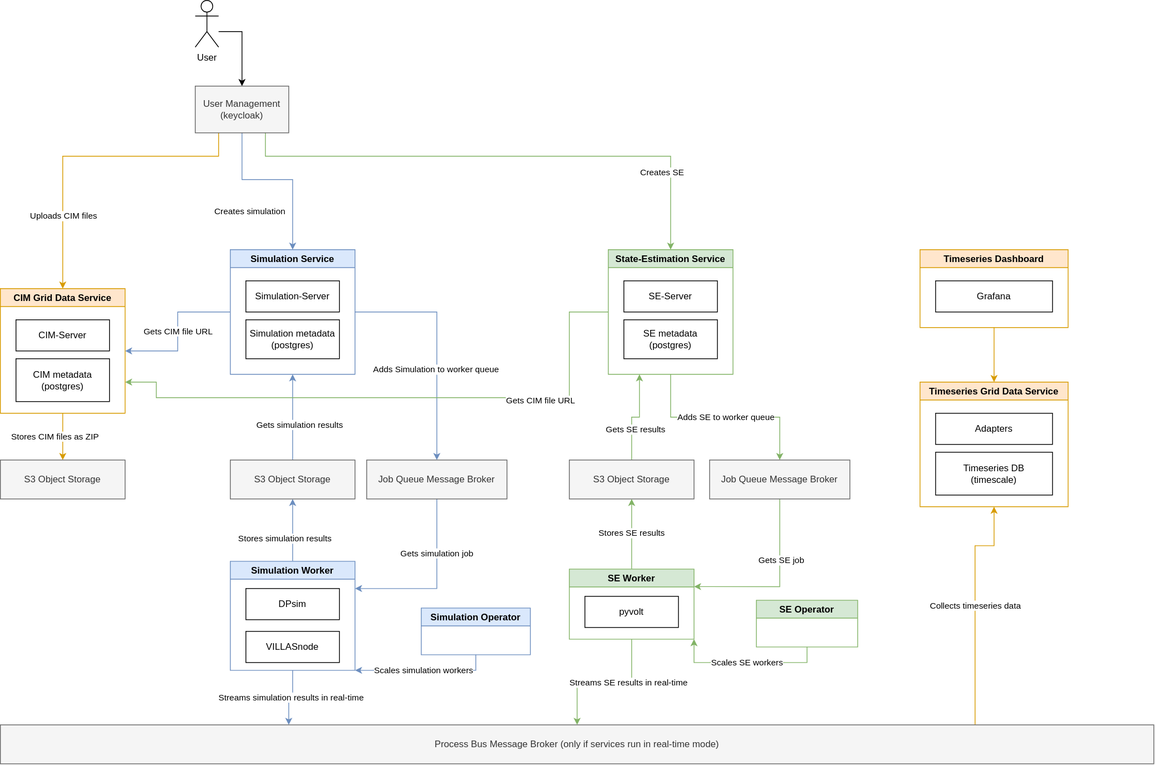
sogno-platform/sogno-platform.github.io keeps this draw.io diagram as static/service-dataflow.svg. Above is the earlier version. Source tidied: cells renumbered, new cells last; positions are measured from the earlier drawing's top-left corner, leaving out a move shared by most shapes.
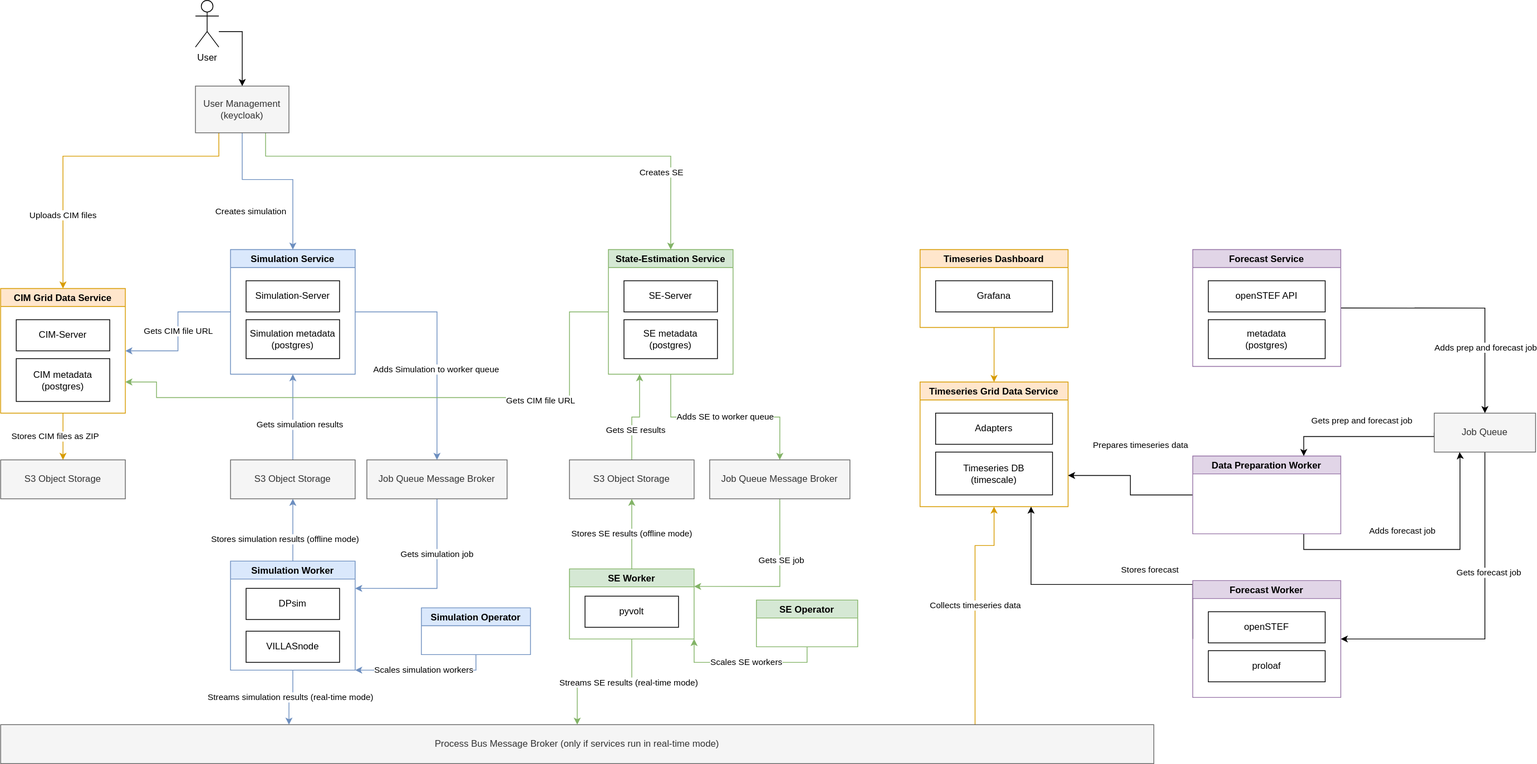
The same diagram one commit later.

Commit message:
dataflow: add forecasting

What changed in the source:
```diff
@@ -27,7 +27,7 @@
     <mxCell id="8" value="S3 Object Storage" style="rounded=0;whiteSpace=wrap;html=1;fillColor=#f5f5f5;fontColor=#333333;strokeColor=#666666;" parent="1" vertex="1">
       <mxGeometry y="590" width="160" height="50" as="geometry" />
     </mxCell>
-    <mxCell id="9" value="Stores simulation results" style="edgeStyle=orthogonalEdgeStyle;rounded=0;jettySize=auto;html=1;exitX=0.5;exitY=0;exitDx=0;exitDy=0;endArrow=classic;endFill=1;entryX=0.5;entryY=1;entryDx=0;entryDy=0;fillColor=#dae8fc;strokeColor=#6c8ebf;" parent="1" edge="1" source="27" target="46">
+    <mxCell id="9" value="Stores simulation results (offline mode)" style="edgeStyle=orthogonalEdgeStyle;rounded=0;jettySize=auto;html=1;exitX=0.5;exitY=0;exitDx=0;exitDy=0;endArrow=classic;endFill=1;entryX=0.5;entryY=1;entryDx=0;entryDy=0;fillColor=#dae8fc;strokeColor=#6c8ebf;" parent="1" edge="1" source="27" target="46">
       <mxGeometry x="-0.29" y="10" relative="1" as="geometry" />
     </mxCell>
     <mxCell id="10" value="Simulation Service" style="swimlane;fillColor=#dae8fc;strokeColor=#6c8ebf;" parent="1" vertex="1">
@@ -103,7 +103,7 @@
     <mxCell id="25" value="Adds Simulation to worker queue" style="edgeLabel;html=1;align=center;verticalAlign=middle;" parent="24" vertex="1">
       <mxGeometry x="0.21" y="-2" relative="1" as="geometry" />
     </mxCell>
-    <mxCell id="26" value="Streams simulation results in real-time" style="edgeStyle=orthogonalEdgeStyle;rounded=0;jettySize=auto;html=1;exitX=0.5;exitY=1;exitDx=0;exitDy=0;entryX=0.25;entryY=0;entryDx=0;entryDy=0;fillColor=#dae8fc;strokeColor=#6c8ebf;" parent="1" edge="1" source="27" target="33">
+    <mxCell id="26" value="Streams simulation results (real-time mode)" style="edgeStyle=orthogonalEdgeStyle;rounded=0;jettySize=auto;html=1;exitX=0.5;exitY=1;exitDx=0;exitDy=0;entryX=0.25;entryY=0;entryDx=0;entryDy=0;fillColor=#dae8fc;strokeColor=#6c8ebf;" parent="1" edge="1" source="27" target="33">
       <mxGeometry relative="1" as="geometry" />
     </mxCell>
     <mxCell id="27" value="Simulation Worker" style="swimlane;fillColor=#dae8fc;strokeColor=#6c8ebf;" parent="1" vertex="1">
@@ -205,10 +205,10 @@
     <mxCell id="53" style="edgeStyle=orthogonalEdgeStyle;rounded=0;jettySize=auto;html=1;exitX=0.5;exitY=1;exitDx=0;exitDy=0;entryX=0.5;entryY=0;entryDx=0;entryDy=0;endArrow=classic;endFill=1;fillColor=#d5e8d4;strokeColor=#82b366;" parent="1" edge="1" source="56" target="33">
       <mxGeometry relative="1" as="geometry" />
     </mxCell>
-    <mxCell id="54" value="Streams SE results in real-time" style="edgeLabel;html=1;align=center;verticalAlign=middle;" parent="53" vertex="1">
+    <mxCell id="54" value="Streams SE results (real-time mode)" style="edgeLabel;html=1;align=center;verticalAlign=middle;" parent="53" vertex="1">
       <mxGeometry x="-0.34" relative="1" as="geometry" />
     </mxCell>
-    <mxCell id="55" value="Stores SE results" style="edgeStyle=orthogonalEdgeStyle;rounded=0;jettySize=auto;html=1;exitX=0.5;exitY=0;exitDx=0;exitDy=0;entryX=0.5;entryY=1;entryDx=0;entryDy=0;endArrow=classic;endFill=1;fillColor=#d5e8d4;strokeColor=#82b366;" parent="1" edge="1" source="56" target="52">
+    <mxCell id="55" value="Stores SE results (offline mode)" style="edgeStyle=orthogonalEdgeStyle;rounded=0;jettySize=auto;html=1;exitX=0.5;exitY=0;exitDx=0;exitDy=0;entryX=0.5;entryY=1;entryDx=0;entryDy=0;endArrow=classic;endFill=1;fillColor=#d5e8d4;strokeColor=#82b366;" parent="1" edge="1" source="56" target="52">
       <mxGeometry relative="1" as="geometry" />
     </mxCell>
     <mxCell id="56" value="SE Worker" style="swimlane;fillColor=#d5e8d4;strokeColor=#82b366;" parent="1" vertex="1">
@@ -226,5 +226,86 @@
     <mxCell id="60" value="User Management&lt;br&gt;(keycloak)" style="rounded=0;whiteSpace=wrap;html=1;fillColor=#f5f5f5;fontColor=#333333;strokeColor=#666666;" parent="1" vertex="1">
       <mxGeometry x="250" y="110" width="120" height="60" as="geometry" />
     </mxCell>
+    <mxCell id="61" style="edgeStyle=orthogonalEdgeStyle;rounded=0;jettySize=auto;html=1;exitX=0;exitY=0.5;exitDx=0;exitDy=0;entryX=0.75;entryY=1;entryDx=0;entryDy=0;" parent="1" edge="1" source="63" target="34">
+      <mxGeometry relative="1" as="geometry">
+        <Array as="points">
+          <mxPoint x="1530" y="750" />
+          <mxPoint x="1323" y="750" />
+        </Array>
+      </mxGeometry>
+    </mxCell>
+    <mxCell id="62" value="Stores forecast" style="edgeLabel;html=1;align=center;verticalAlign=middle;" parent="61" vertex="1">
+      <mxGeometry x="-0.56" y="3" relative="1" as="geometry">
+        <mxPoint x="-42" y="-23" as="offset" />
+      </mxGeometry>
+    </mxCell>
+    <mxCell id="63" value="Forecast Worker" style="swimlane;fillColor=#e1d5e7;strokeColor=#9673a6;" parent="1" vertex="1">
+      <mxGeometry x="1530" y="745" width="190" height="150" as="geometry" />
+    </mxCell>
+    <mxCell id="64" value="openSTEF" style="whiteSpace=wrap;html=1;" parent="63" vertex="1">
+      <mxGeometry x="20" y="40" width="150" height="40" as="geometry" />
+    </mxCell>
+    <mxCell id="65" value="proloaf" style="whiteSpace=wrap;html=1;" parent="63" vertex="1">
+      <mxGeometry x="20" y="90" width="150" height="40" as="geometry" />
+    </mxCell>
+    <mxCell id="66" style="edgeStyle=orthogonalEdgeStyle;rounded=0;jettySize=auto;html=1;exitX=1;exitY=0.5;exitDx=0;exitDy=0;entryX=0.5;entryY=0;entryDx=0;entryDy=0;" parent="1" edge="1" source="68" target="79">
+      <mxGeometry relative="1" as="geometry" />
+    </mxCell>
+    <mxCell id="67" value="Adds prep and forecast job" style="edgeLabel;html=1;align=center;verticalAlign=middle;" parent="66" vertex="1">
+      <mxGeometry x="0.39" y="1" relative="1" as="geometry">
+        <mxPoint x="-1" y="12" as="offset" />
+      </mxGeometry>
+    </mxCell>
+    <mxCell id="68" value="Forecast Service" style="swimlane;fillColor=#e1d5e7;strokeColor=#9673a6;startSize=23;" parent="1" vertex="1">
+      <mxGeometry x="1530" y="320" width="190" height="150" as="geometry" />
+    </mxCell>
+    <mxCell id="69" value="openSTEF API" style="whiteSpace=wrap;html=1;" parent="68" vertex="1">
+      <mxGeometry x="20" y="40" width="150" height="40" as="geometry" />
+    </mxCell>
+    <mxCell id="70" value="metadata&lt;br&gt;(postgres)" style="whiteSpace=wrap;html=1;" parent="68" vertex="1">
+      <mxGeometry x="20" y="90" width="150" height="50" as="geometry" />
+    </mxCell>
+    <mxCell id="71" style="edgeStyle=orthogonalEdgeStyle;rounded=0;jettySize=auto;html=1;exitX=0;exitY=0.5;exitDx=0;exitDy=0;entryX=1;entryY=0.75;entryDx=0;entryDy=0;" parent="1" edge="1" source="75" target="34">
+      <mxGeometry relative="1" as="geometry" />
+    </mxCell>
+    <mxCell id="72" value="Prepares timeseries data" style="edgeLabel;html=1;align=center;verticalAlign=middle;" parent="71" vertex="1">
+      <mxGeometry x="0.24" y="4" relative="1" as="geometry">
+        <mxPoint x="22" y="-44" as="offset" />
+      </mxGeometry>
+    </mxCell>
+    <mxCell id="73" style="edgeStyle=orthogonalEdgeStyle;rounded=0;jettySize=auto;html=1;exitX=0.75;exitY=1;exitDx=0;exitDy=0;entryX=0.25;entryY=1;entryDx=0;entryDy=0;" parent="1" edge="1" source="75" target="79">
+      <mxGeometry relative="1" as="geometry">
+        <Array as="points">
+          <mxPoint x="1673" y="705" />
+          <mxPoint x="1873" y="705" />
+          <mxPoint x="1873" y="585" />
+        </Array>
+      </mxGeometry>
+    </mxCell>
+    <mxCell id="74" value="Adds forecast job" style="edgeLabel;html=1;align=center;verticalAlign=middle;" parent="73" vertex="1">
+      <mxGeometry x="0.17" y="-2" relative="1" as="geometry">
+        <mxPoint x="-57" y="-27" as="offset" />
+      </mxGeometry>
+    </mxCell>
+    <mxCell id="75" value="Data Preparation Worker" style="swimlane;fillColor=#e1d5e7;strokeColor=#9673a6;" parent="1" vertex="1">
+      <mxGeometry x="1530" y="585" width="190" height="100" as="geometry" />
+    </mxCell>
+    <mxCell id="76" value="Gets prep and forecast job" style="edgeStyle=orthogonalEdgeStyle;rounded=0;jettySize=auto;html=1;exitX=0;exitY=0.5;exitDx=0;exitDy=0;entryX=0.75;entryY=0;entryDx=0;entryDy=0;" parent="1" edge="1" source="79" target="75">
+      <mxGeometry x="-0.01" y="-20" relative="1" as="geometry">
+        <Array as="points">
+          <mxPoint x="1840" y="560" />
+          <mxPoint x="1673" y="560" />
+        </Array>
+      </mxGeometry>
+    </mxCell>
+    <mxCell id="77" style="edgeStyle=orthogonalEdgeStyle;rounded=0;jettySize=auto;html=1;exitX=0.5;exitY=1;exitDx=0;exitDy=0;entryX=1;entryY=0.5;entryDx=0;entryDy=0;" parent="1" edge="1" source="79" target="63">
+      <mxGeometry relative="1" as="geometry" />
+    </mxCell>
+    <mxCell id="78" value="Gets forecast job" style="edgeLabel;html=1;align=center;verticalAlign=middle;" parent="77" vertex="1">
+      <mxGeometry x="-0.27" y="4" relative="1" as="geometry" />
+    </mxCell>
+    <mxCell id="79" value="Job Queue" style="rounded=0;whiteSpace=wrap;html=1;fillColor=#f5f5f5;fontColor=#333333;strokeColor=#666666;" parent="1" vertex="1">
+      <mxGeometry x="1840" y="530" width="130" height="50" as="geometry" />
+    </mxCell>
   </root>
 </mxGraphModel>
```
